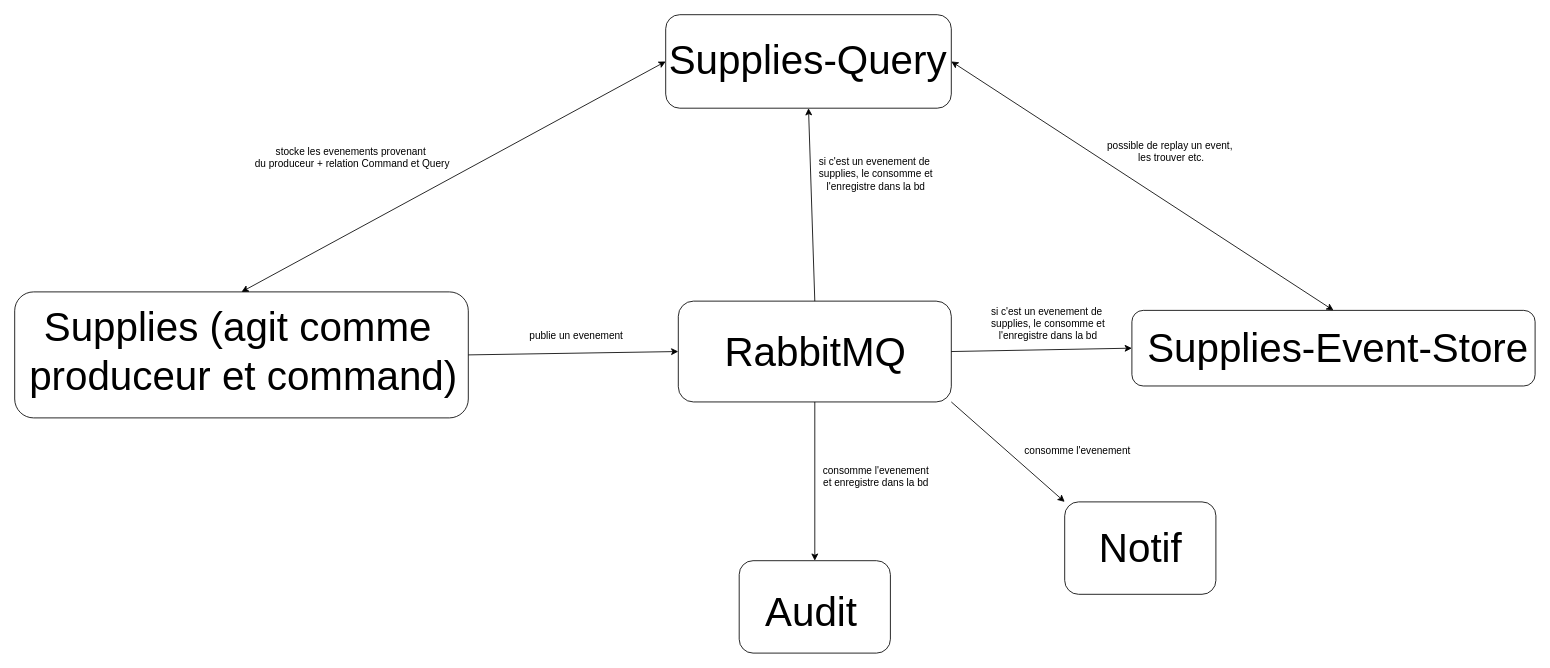
Before: docs/diag_relation_Command_Query.drawio in PraMaks/LOG430_Labo_0, a draw.io diagram. Source tidied: cells renumbered, new cells numbered last; positions are measured from the earlier drawing's top-left corner, leaving out a move shared by most shapes. Both pictures are drawn from the tidied source at 84%, with x=0, y=0 at pixel (14, 14).
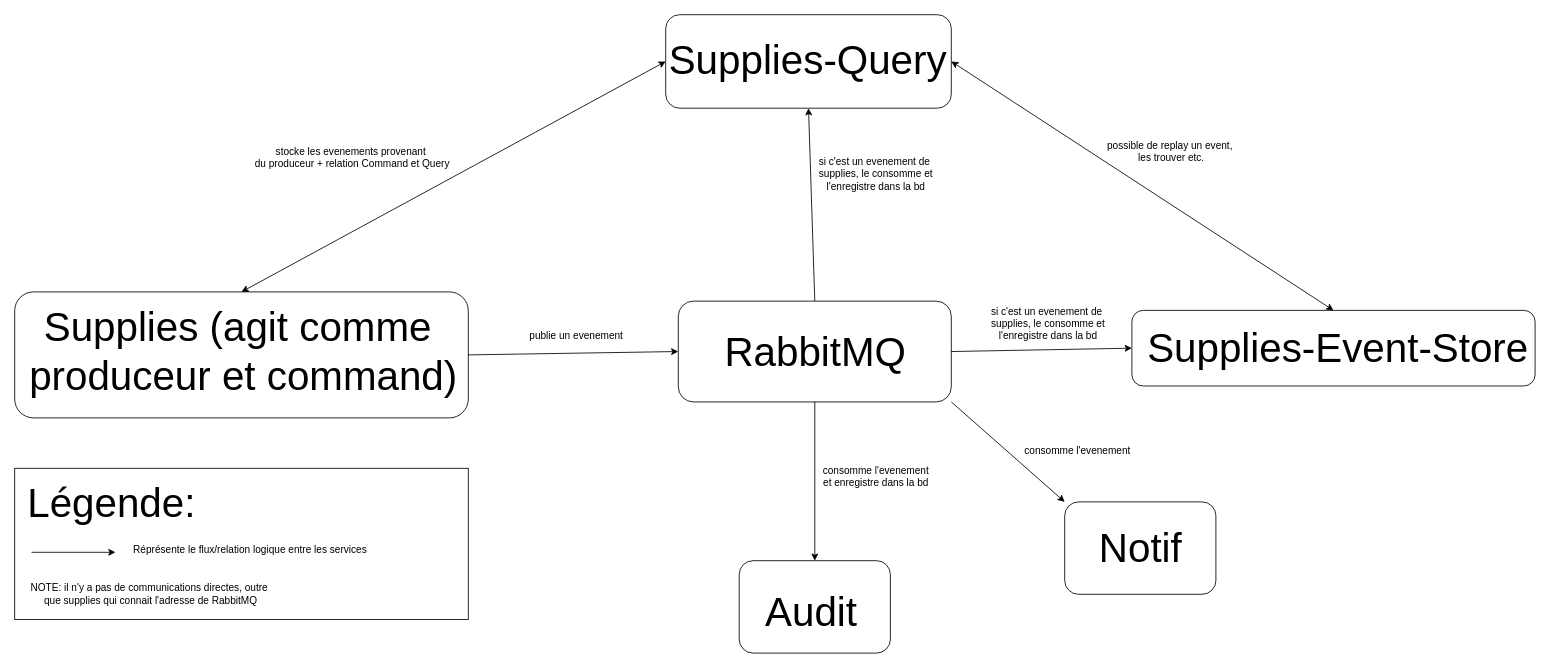
Above is the later version.

What changed in the source:
```diff
@@
+    <mxCell id="28" style="rounded=0;whiteSpace=wrap;html=1;" parent="1" vertex="1">
+      <mxGeometry y="540" width="540" height="180" as="geometry" />
+    </mxCell>
+    <mxCell id="29" value="&lt;span style=&quot;font-size: 48px;&quot;&gt;Légende:&lt;/span&gt;" style="text;html=1;align=center;verticalAlign=middle;strokeColor=none;fillColor=none;" parent="1" vertex="1">
+      <mxGeometry x="30" y="540" width="170" height="82" as="geometry" />
+    </mxCell>
+    <mxCell id="30" style="endArrow=classic;html=1;rounded=0;" parent="1" edge="1">
+      <mxGeometry relative="1" as="geometry">
+        <mxPoint x="20" y="640" as="sourcePoint" />
+        <mxPoint x="120" y="640" as="targetPoint" />
+      </mxGeometry>
+    </mxCell>
+    <mxCell id="31" value="Réprésente le flux/relation logique entre les services" style="text;html=1;align=center;verticalAlign=middle;strokeColor=none;fillColor=none;" parent="1" vertex="1">
+      <mxGeometry x="130" y="622" width="300" height="30" as="geometry" />
+    </mxCell>
+    <mxCell id="32" value="NOTE: il n'y a pas de communications directes, outre&lt;div&gt;&amp;nbsp;que supplies qui connait l'adresse de RabbitMQ&lt;/div&gt;" style="text;html=1;align=center;verticalAlign=middle;strokeColor=none;fillColor=none;" parent="1" vertex="1">
+      <mxGeometry x="5" y="670" width="310" height="40" as="geometry" />
+    </mxCell>
```
